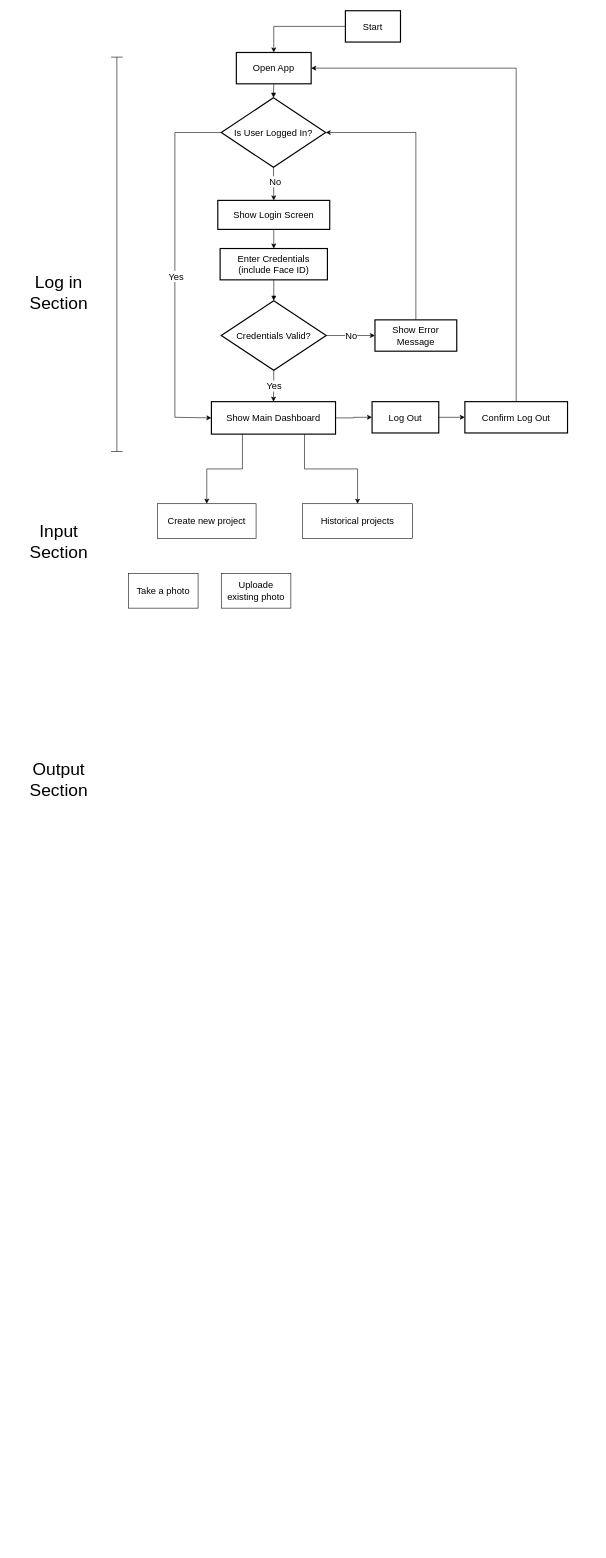
Earlier version of the draw.io diagram App flow diiagram.drawio (chaunceysun82/MyHandyAI). Source tidied: cells renumbered, new cells numbered last; positions are measured from the earlier drawing's top-left corner, leaving out a move shared by most shapes. Both pictures are drawn from the tidied source at 58%, with x=0, y=0 at pixel (41, 10).
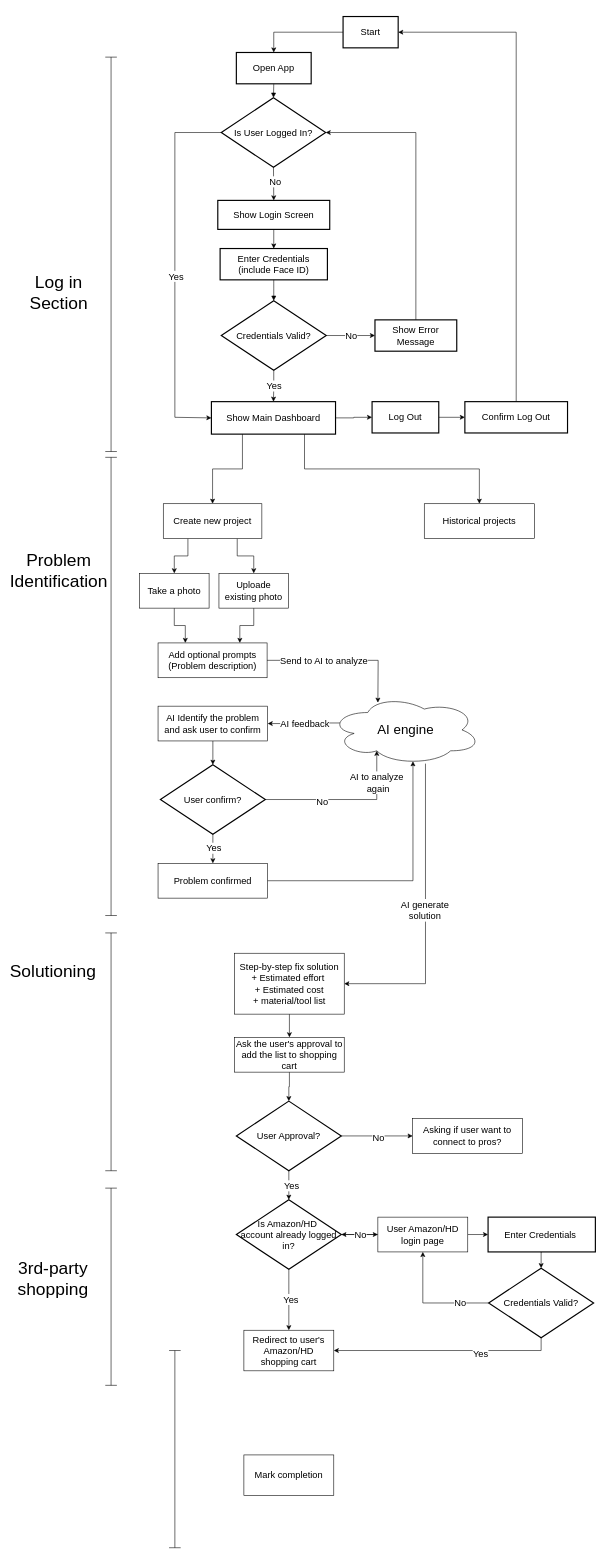
After the change.

The change refers to these unchanged cells:
```xml
<mxCell id="4" value="Open App" style="whiteSpace=wrap;strokeWidth=2;fontSize=16;" parent="1" vertex="1">
  <mxGeometry x="336" y="72" width="129" height="54" as="geometry" />
</mxCell>
<mxCell id="21" value="Confirm Log Out" style="whiteSpace=wrap;strokeWidth=2;fontSize=16;" parent="1" vertex="1">
  <mxGeometry x="730" y="674" width="177" height="54" as="geometry" />
</mxCell>
```

Diff of the diagram source:
```diff
@@
     <mxCell id="3" value="Start" style="whiteSpace=wrap;strokeWidth=2;fontSize=16;" parent="1" vertex="1">
-      <mxGeometry x="524" width="95" height="54" as="geometry" />
+      <mxGeometry x="520" y="10" width="95" height="54" as="geometry" />
     </mxCell>
@@
-    <mxCell id="20" style="edgeStyle=orthogonalEdgeStyle;rounded=0;jettySize=auto;html=1;exitX=0.5;exitY=0;exitDx=0;exitDy=0;entryX=1;entryY=0.5;entryDx=0;entryDy=0;" parent="1" edge="1" source="21" target="4">
+    <mxCell id="20" style="edgeStyle=orthogonalEdgeStyle;rounded=0;jettySize=auto;html=1;exitX=0.5;exitY=0;exitDx=0;exitDy=0;entryX=1;entryY=0.5;entryDx=0;entryDy=0;" parent="1" edge="1" source="21" target="3">
       <mxGeometry relative="1" as="geometry" />
     </mxCell>
@@
+    <mxCell id="38" style="edgeStyle=orthogonalEdgeStyle;rounded=0;jettySize=auto;html=1;exitX=0.25;exitY=1;exitDx=0;exitDy=0;" parent="1" edge="1" source="24" target="26">
+      <mxGeometry relative="1" as="geometry" />
+    </mxCell>
+    <mxCell id="39" style="edgeStyle=orthogonalEdgeStyle;rounded=0;jettySize=auto;html=1;exitX=0.75;exitY=1;exitDx=0;exitDy=0;" parent="1" edge="1" source="24" target="27">
+      <mxGeometry relative="1" as="geometry" />
+    </mxCell>
     <mxCell id="24" value="Create new project" style="rounded=0;whiteSpace=wrap;html=1;fontSize=16;" parent="1" vertex="1">
-      <mxGeometry x="200" y="850" width="170" height="60" as="geometry" />
+      <mxGeometry x="210" y="850" width="170" height="60" as="geometry" />
     </mxCell>
     <mxCell id="25" value="Historical projects" style="rounded=0;whiteSpace=wrap;html=1;fontSize=16;" parent="1" vertex="1">
-      <mxGeometry x="450" y="850" width="190" height="60" as="geometry" />
+      <mxGeometry x="660" y="850" width="190" height="60" as="geometry" />
     </mxCell>
+    <mxCell id="40" style="edgeStyle=orthogonalEdgeStyle;rounded=0;jettySize=auto;html=1;exitX=0.5;exitY=1;exitDx=0;exitDy=0;entryX=0.25;entryY=0;entryDx=0;entryDy=0;" parent="1" edge="1" source="26" target="43">
+      <mxGeometry relative="1" as="geometry" />
+    </mxCell>
     <mxCell id="26" value="Take a photo" style="rounded=0;whiteSpace=wrap;html=1;fontSize=16;" parent="1" vertex="1">
-      <mxGeometry x="150" y="970" width="120" height="60" as="geometry" />
+      <mxGeometry x="169" y="970" width="120" height="60" as="geometry" />
     </mxCell>
+    <mxCell id="41" style="edgeStyle=orthogonalEdgeStyle;rounded=0;jettySize=auto;html=1;exitX=0.5;exitY=1;exitDx=0;exitDy=0;entryX=0.75;entryY=0;entryDx=0;entryDy=0;" parent="1" edge="1" source="27" target="43">
+      <mxGeometry relative="1" as="geometry" />
+    </mxCell>
     <mxCell id="27" value="Uploade existing photo" style="rounded=0;whiteSpace=wrap;html=1;fontSize=16;" parent="1" vertex="1">
-      <mxGeometry x="310" y="970" width="120" height="60" as="geometry" />
+      <mxGeometry x="306" y="970" width="120" height="60" as="geometry" />
     </mxCell>
@@
     <mxCell id="35" style="shape=crossbar;whiteSpace=wrap;html=1;rounded=1;direction=south;" parent="1" vertex="1">
-      <mxGeometry x="120" y="80" width="20" height="680" as="geometry" />
+      <mxGeometry x="110" y="80" width="20" height="680" as="geometry" />
     </mxCell>
-    <mxCell id="36" value="&lt;font style=&quot;font-size: 30px;&quot;&gt;Input Section&lt;/font&gt;" style="text;html=1;align=center;verticalAlign=middle;whiteSpace=wrap;rounded=0;" parent="1" vertex="1">
-      <mxGeometry y="900" width="60" height="30" as="geometry" />
+    <mxCell id="36" value="&lt;font style=&quot;font-size: 30px;&quot;&gt;Problem Identification&lt;/font&gt;" style="text;html=1;align=center;verticalAlign=middle;whiteSpace=wrap;rounded=0;" parent="1" vertex="1">
+      <mxGeometry y="950" width="60" height="30" as="geometry" />
     </mxCell>
-    <mxCell id="37" value="&lt;font style=&quot;font-size: 30px;&quot;&gt;Output Section&lt;/font&gt;" style="text;html=1;align=center;verticalAlign=middle;whiteSpace=wrap;rounded=0;" parent="1" vertex="1">
-      <mxGeometry y="1310" width="60" height="30" as="geometry" />
+    <mxCell id="37" value="&lt;font style=&quot;font-size: 30px;&quot;&gt;Solutioning&lt;/font&gt;" style="text;html=1;align=center;verticalAlign=middle;whiteSpace=wrap;rounded=0;" parent="1" vertex="1">
+      <mxGeometry x="-10" y="1640" width="60" height="30" as="geometry" />
     </mxCell>
+    <mxCell id="42" style="shape=crossbar;whiteSpace=wrap;html=1;rounded=1;direction=south;" parent="1" vertex="1">
+      <mxGeometry x="110" y="770" width="20" height="790" as="geometry" />
+    </mxCell>
+    <mxCell id="43" value="Add optional prompts (Problem description)" style="rounded=0;whiteSpace=wrap;html=1;fontSize=16;" parent="1" vertex="1">
+      <mxGeometry x="201" y="1090" width="188" height="60" as="geometry" />
+    </mxCell>
+    <mxCell id="44" style="edgeStyle=orthogonalEdgeStyle;rounded=0;jettySize=auto;html=1;exitX=0.07;exitY=0.4;exitDx=0;exitDy=0;exitPerimeter=0;entryX=1;entryY=0.5;entryDx=0;entryDy=0;" parent="1" edge="1" source="48" target="50">
+      <mxGeometry relative="1" as="geometry" />
+    </mxCell>
+    <mxCell id="45" value="&lt;font style=&quot;font-size: 16px;&quot;&gt;AI feedback&lt;/font&gt;" style="edgeLabel;html=1;align=center;verticalAlign=middle;" parent="44" vertex="1">
+      <mxGeometry x="-0.02" y="1" relative="1" as="geometry" />
+    </mxCell>
+    <mxCell id="46" style="edgeStyle=orthogonalEdgeStyle;rounded=0;jettySize=auto;html=1;exitX=0.633;exitY=0.984;exitDx=0;exitDy=0;exitPerimeter=0;entryX=1;entryY=0.5;entryDx=0;entryDy=0;" parent="1" edge="1" source="48" target="61">
+      <mxGeometry relative="1" as="geometry" />
+    </mxCell>
+    <mxCell id="47" value="AI generate&lt;div&gt;solution&lt;/div&gt;" style="edgeLabel;html=1;align=center;verticalAlign=middle;fontSize=16;" parent="46" vertex="1">
+      <mxGeometry x="-0.15" relative="1" as="geometry">
+        <mxPoint x="-2" y="31" as="offset" />
+      </mxGeometry>
+    </mxCell>
+    <mxCell id="48" value="AI engine" style="ellipse;shape=cloud;whiteSpace=wrap;html=1;fontSize=23;" parent="1" vertex="1">
+      <mxGeometry x="497.5" y="1180" width="260" height="120" as="geometry" />
+    </mxCell>
+    <mxCell id="49" style="edgeStyle=orthogonalEdgeStyle;rounded=0;jettySize=auto;html=1;exitX=0.5;exitY=1;exitDx=0;exitDy=0;entryX=0.5;entryY=0;entryDx=0;entryDy=0;" parent="1" edge="1" source="50" target="53">
+      <mxGeometry relative="1" as="geometry" />
+    </mxCell>
+    <mxCell id="50" value="AI Identify the problem and ask user to confirm" style="rounded=0;whiteSpace=wrap;html=1;fontSize=16;" parent="1" vertex="1">
+      <mxGeometry x="201" y="1199" width="189" height="60" as="geometry" />
+    </mxCell>
+    <mxCell id="51" style="edgeStyle=orthogonalEdgeStyle;rounded=0;jettySize=auto;html=1;exitX=0.5;exitY=1;exitDx=0;exitDy=0;entryX=0.5;entryY=0;entryDx=0;entryDy=0;" parent="1" edge="1" source="53" target="59">
+      <mxGeometry relative="1" as="geometry" />
+    </mxCell>
+    <mxCell id="52" value="Yes" style="edgeLabel;html=1;align=center;verticalAlign=middle;fontSize=16;" parent="51" vertex="1">
+      <mxGeometry x="-0.09" y="1" relative="1" as="geometry" />
+    </mxCell>
+    <mxCell id="53" value="User confirm?" style="rhombus;strokeWidth=2;whiteSpace=wrap;fontSize=16;" parent="1" vertex="1">
+      <mxGeometry x="205" y="1300" width="181" height="120" as="geometry" />
+    </mxCell>
+    <mxCell id="54" style="edgeStyle=orthogonalEdgeStyle;rounded=0;jettySize=auto;html=1;exitX=1;exitY=0.5;exitDx=0;exitDy=0;" parent="1" edge="1" source="43">
+      <mxGeometry relative="1" as="geometry">
+        <mxPoint x="580" y="1193" as="targetPoint" />
+      </mxGeometry>
+    </mxCell>
+    <mxCell id="55" value="Send to AI to analyze" style="edgeLabel;html=1;align=center;verticalAlign=middle;fontSize=16;" parent="54" vertex="1">
+      <mxGeometry x="-0.27" relative="1" as="geometry" />
+    </mxCell>
+    <mxCell id="56" style="edgeStyle=orthogonalEdgeStyle;rounded=0;jettySize=auto;html=1;exitX=1;exitY=0.5;exitDx=0;exitDy=0;entryX=0.31;entryY=0.8;entryDx=0;entryDy=0;entryPerimeter=0;" parent="1" edge="1" source="53" target="48">
+      <mxGeometry relative="1" as="geometry">
+        <Array as="points">
+          <mxPoint x="578" y="1360" />
+        </Array>
+      </mxGeometry>
+    </mxCell>
+    <mxCell id="57" value="No" style="edgeLabel;html=1;align=center;verticalAlign=middle;fontSize=16;" parent="56" vertex="1">
+      <mxGeometry x="-0.3" y="-3" relative="1" as="geometry" />
+    </mxCell>
+    <mxCell id="58" value="&lt;font style=&quot;font-size: 16px;&quot;&gt;AI to analyze&lt;/font&gt;&lt;div&gt;&lt;font style=&quot;font-size: 16px;&quot;&gt;&amp;nbsp;again&lt;/font&gt;&lt;/div&gt;" style="edgeLabel;html=1;align=center;verticalAlign=middle;" parent="56" vertex="1">
+      <mxGeometry x="0.61" y="1" relative="1" as="geometry" />
+    </mxCell>
+    <mxCell id="59" value="Problem confirmed" style="rounded=0;whiteSpace=wrap;html=1;fontSize=16;" parent="1" vertex="1">
+      <mxGeometry x="201" y="1470" width="189" height="60" as="geometry" />
+    </mxCell>
+    <mxCell id="60" style="edgeStyle=orthogonalEdgeStyle;rounded=0;jettySize=auto;html=1;exitX=0.5;exitY=1;exitDx=0;exitDy=0;entryX=0.5;entryY=0;entryDx=0;entryDy=0;" parent="1" edge="1" source="61" target="64">
+      <mxGeometry relative="1" as="geometry" />
+    </mxCell>
+    <mxCell id="61" value="Step-by-step fix solution&lt;div&gt;+ Estimated effort&amp;nbsp;&lt;/div&gt;&lt;div&gt;+ Estimated cost&lt;/div&gt;&lt;div&gt;+ material/tool list&lt;/div&gt;" style="rounded=0;whiteSpace=wrap;html=1;fontSize=16;" parent="1" vertex="1">
+      <mxGeometry x="333" y="1625" width="189" height="105" as="geometry" />
+    </mxCell>
+    <mxCell id="62" style="edgeStyle=orthogonalEdgeStyle;rounded=0;jettySize=auto;html=1;exitX=1;exitY=0.5;exitDx=0;exitDy=0;entryX=0.55;entryY=0.95;entryDx=0;entryDy=0;entryPerimeter=0;" parent="1" edge="1" source="59" target="48">
+      <mxGeometry relative="1" as="geometry" />
+    </mxCell>
+    <mxCell id="63" style="edgeStyle=orthogonalEdgeStyle;rounded=0;jettySize=auto;html=1;exitX=0.5;exitY=1;exitDx=0;exitDy=0;entryX=0.5;entryY=0;entryDx=0;entryDy=0;" parent="1" edge="1" source="64" target="69">
+      <mxGeometry relative="1" as="geometry" />
+    </mxCell>
+    <mxCell id="64" value="Ask the user's approval to add the list to shopping cart" style="rounded=0;whiteSpace=wrap;html=1;fontSize=16;" parent="1" vertex="1">
+      <mxGeometry x="333" y="1770" width="189" height="60" as="geometry" />
+    </mxCell>
+    <mxCell id="65" style="edgeStyle=orthogonalEdgeStyle;rounded=0;jettySize=auto;html=1;exitX=0.5;exitY=1;exitDx=0;exitDy=0;entryX=0.5;entryY=0;entryDx=0;entryDy=0;" parent="1" edge="1" source="69" target="77">
+      <mxGeometry relative="1" as="geometry" />
+    </mxCell>
+    <mxCell id="66" value="Yes" style="edgeLabel;html=1;align=center;verticalAlign=middle;fontSize=16;" parent="65" vertex="1">
+      <mxGeometry y="4" relative="1" as="geometry" />
+    </mxCell>
+    <mxCell id="67" style="edgeStyle=orthogonalEdgeStyle;rounded=0;jettySize=auto;html=1;exitX=1;exitY=0.5;exitDx=0;exitDy=0;entryX=0;entryY=0.5;entryDx=0;entryDy=0;" parent="1" edge="1" source="69" target="89">
+      <mxGeometry relative="1" as="geometry" />
+    </mxCell>
+    <mxCell id="68" value="No" style="edgeLabel;html=1;align=center;verticalAlign=middle;fontSize=16;" parent="67" vertex="1">
+      <mxGeometry x="0.02" y="-2" relative="1" as="geometry" />
+    </mxCell>
+    <mxCell id="69" value="User Approval?" style="rhombus;strokeWidth=2;whiteSpace=wrap;fontSize=16;" parent="1" vertex="1">
+      <mxGeometry x="336" y="1880" width="181" height="120" as="geometry" />
+    </mxCell>
+    <mxCell id="70" style="edgeStyle=orthogonalEdgeStyle;rounded=0;jettySize=auto;html=1;" parent="1" edge="1" source="72" target="77">
+      <mxGeometry relative="1" as="geometry" />
+    </mxCell>
+    <mxCell id="71" style="edgeStyle=orthogonalEdgeStyle;rounded=0;jettySize=auto;html=1;exitX=1;exitY=0.5;exitDx=0;exitDy=0;entryX=0;entryY=0.5;entryDx=0;entryDy=0;" parent="1" edge="1" source="72" target="80">
+      <mxGeometry relative="1" as="geometry" />
+    </mxCell>
+    <mxCell id="72" value="User Amazon/HD login page" style="rounded=0;whiteSpace=wrap;html=1;fontSize=16;" parent="1" vertex="1">
+      <mxGeometry x="580" y="2080" width="155" height="60" as="geometry" />
+    </mxCell>
+    <mxCell id="73" style="edgeStyle=orthogonalEdgeStyle;rounded=0;jettySize=auto;html=1;exitX=0.5;exitY=1;exitDx=0;exitDy=0;entryX=0.5;entryY=0;entryDx=0;entryDy=0;" parent="1" edge="1" source="77" target="78">
+      <mxGeometry relative="1" as="geometry" />
+    </mxCell>
+    <mxCell id="74" value="&lt;font style=&quot;font-size: 16px;&quot;&gt;Yes&lt;/font&gt;" style="edgeLabel;html=1;align=center;verticalAlign=middle;" parent="73" vertex="1">
+      <mxGeometry x="-0.03" y="3" relative="1" as="geometry" />
+    </mxCell>
+    <mxCell id="75" style="edgeStyle=orthogonalEdgeStyle;rounded=0;jettySize=auto;html=1;exitX=1;exitY=0.5;exitDx=0;exitDy=0;entryX=0;entryY=0.5;entryDx=0;entryDy=0;" parent="1" edge="1" source="77" target="72">
+      <mxGeometry relative="1" as="geometry" />
+    </mxCell>
+    <mxCell id="76" value="No" style="edgeLabel;html=1;align=center;verticalAlign=middle;fontSize=16;" parent="75" vertex="1">
+      <mxGeometry x="0.02" relative="1" as="geometry" />
+    </mxCell>
+    <mxCell id="77" value="Is Amazon/HD &#10;account already logged in?" style="rhombus;strokeWidth=2;whiteSpace=wrap;fontSize=16;" parent="1" vertex="1">
+      <mxGeometry x="336" y="2050" width="181" height="120" as="geometry" />
+    </mxCell>
+    <mxCell id="78" value="Redirect to user's Amazon/HD shopping cart" style="rounded=0;whiteSpace=wrap;html=1;fontSize=16;" parent="1" vertex="1">
+      <mxGeometry x="349" y="2275" width="155" height="70" as="geometry" />
+    </mxCell>
+    <mxCell id="79" style="edgeStyle=orthogonalEdgeStyle;rounded=0;jettySize=auto;html=1;exitX=0.5;exitY=1;exitDx=0;exitDy=0;entryX=0.5;entryY=0;entryDx=0;entryDy=0;" parent="1" edge="1" source="80" target="85">
+      <mxGeometry relative="1" as="geometry" />
+    </mxCell>
+    <mxCell id="80" value="Enter Credentials " style="whiteSpace=wrap;strokeWidth=2;fontSize=16;" parent="1" vertex="1">
+      <mxGeometry x="770" y="2080" width="185" height="60" as="geometry" />
+    </mxCell>
+    <mxCell id="81" style="edgeStyle=orthogonalEdgeStyle;rounded=0;jettySize=auto;html=1;exitX=0.5;exitY=1;exitDx=0;exitDy=0;entryX=1;entryY=0.5;entryDx=0;entryDy=0;" parent="1" edge="1" source="85" target="78">
+      <mxGeometry relative="1" as="geometry" />
+    </mxCell>
+    <mxCell id="82" value="Yes" style="edgeLabel;html=1;align=center;verticalAlign=middle;fontSize=16;" parent="81" vertex="1">
+      <mxGeometry x="-0.33" y="4" relative="1" as="geometry" />
+    </mxCell>
+    <mxCell id="83" style="edgeStyle=orthogonalEdgeStyle;rounded=0;jettySize=auto;html=1;exitX=0;exitY=0.5;exitDx=0;exitDy=0;entryX=0.5;entryY=1;entryDx=0;entryDy=0;" parent="1" edge="1" source="85" target="72">
+      <mxGeometry relative="1" as="geometry" />
+    </mxCell>
+    <mxCell id="84" value="No" style="edgeLabel;html=1;align=center;verticalAlign=middle;fontSize=16;" parent="83" vertex="1">
+      <mxGeometry x="-0.5" y="-2" relative="1" as="geometry" />
+    </mxCell>
+    <mxCell id="85" value="Credentials Valid?" style="rhombus;strokeWidth=2;whiteSpace=wrap;fontSize=16;" parent="1" vertex="1">
+      <mxGeometry x="771" y="2168" width="181" height="120" as="geometry" />
+    </mxCell>
+    <mxCell id="86" style="shape=crossbar;whiteSpace=wrap;html=1;rounded=1;direction=south;" parent="1" vertex="1">
+      <mxGeometry x="110" y="1590" width="20" height="410" as="geometry" />
+    </mxCell>
+    <mxCell id="87" style="shape=crossbar;whiteSpace=wrap;html=1;rounded=1;direction=south;" parent="1" vertex="1">
+      <mxGeometry x="110" y="2030" width="20" height="340" as="geometry" />
+    </mxCell>
+    <mxCell id="88" value="&lt;font style=&quot;font-size: 30px;&quot;&gt;3rd-party shopping&lt;/font&gt;" style="text;html=1;align=center;verticalAlign=middle;whiteSpace=wrap;rounded=0;" parent="1" vertex="1">
+      <mxGeometry x="-10" y="2170" width="60" height="30" as="geometry" />
+    </mxCell>
+    <mxCell id="89" value="Asking if user want to connect to pros?" style="rounded=0;whiteSpace=wrap;html=1;fontSize=16;" parent="1" vertex="1">
+      <mxGeometry x="640" y="1910" width="189" height="60" as="geometry" />
+    </mxCell>
+    <mxCell id="90" value="Mark completion" style="rounded=0;whiteSpace=wrap;html=1;fontSize=16;" parent="1" vertex="1">
+      <mxGeometry x="349" y="2490" width="155" height="70" as="geometry" />
+    </mxCell>
+    <mxCell id="91" style="shape=crossbar;whiteSpace=wrap;html=1;rounded=1;direction=south;" parent="1" vertex="1">
+      <mxGeometry x="220" y="2310" width="20" height="340" as="geometry" />
+    </mxCell>
```
